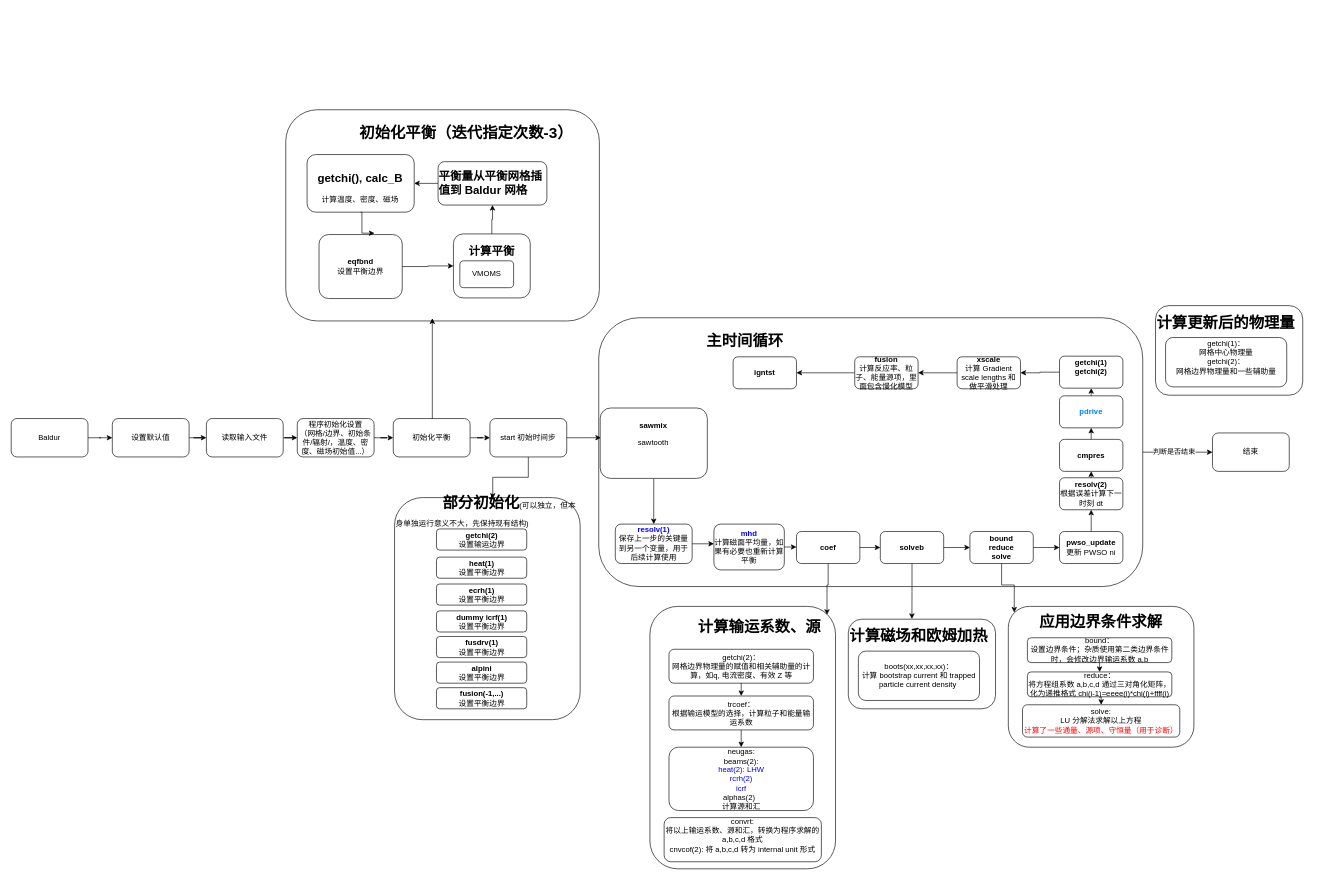
jiaxing-liu/flowchart keeps this draw.io diagram as page "050825" (7 of 8) of Baldur.drawio. Above is the earlier version. Source tidied: cells renumbered, new cells numbered last; positions are measured from the earlier drawing's top-left corner, leaving out a move shared by most shapes. Both pictures are drawn from the tidied source at 64%, with x=0, y=0 at pixel (11, 11).
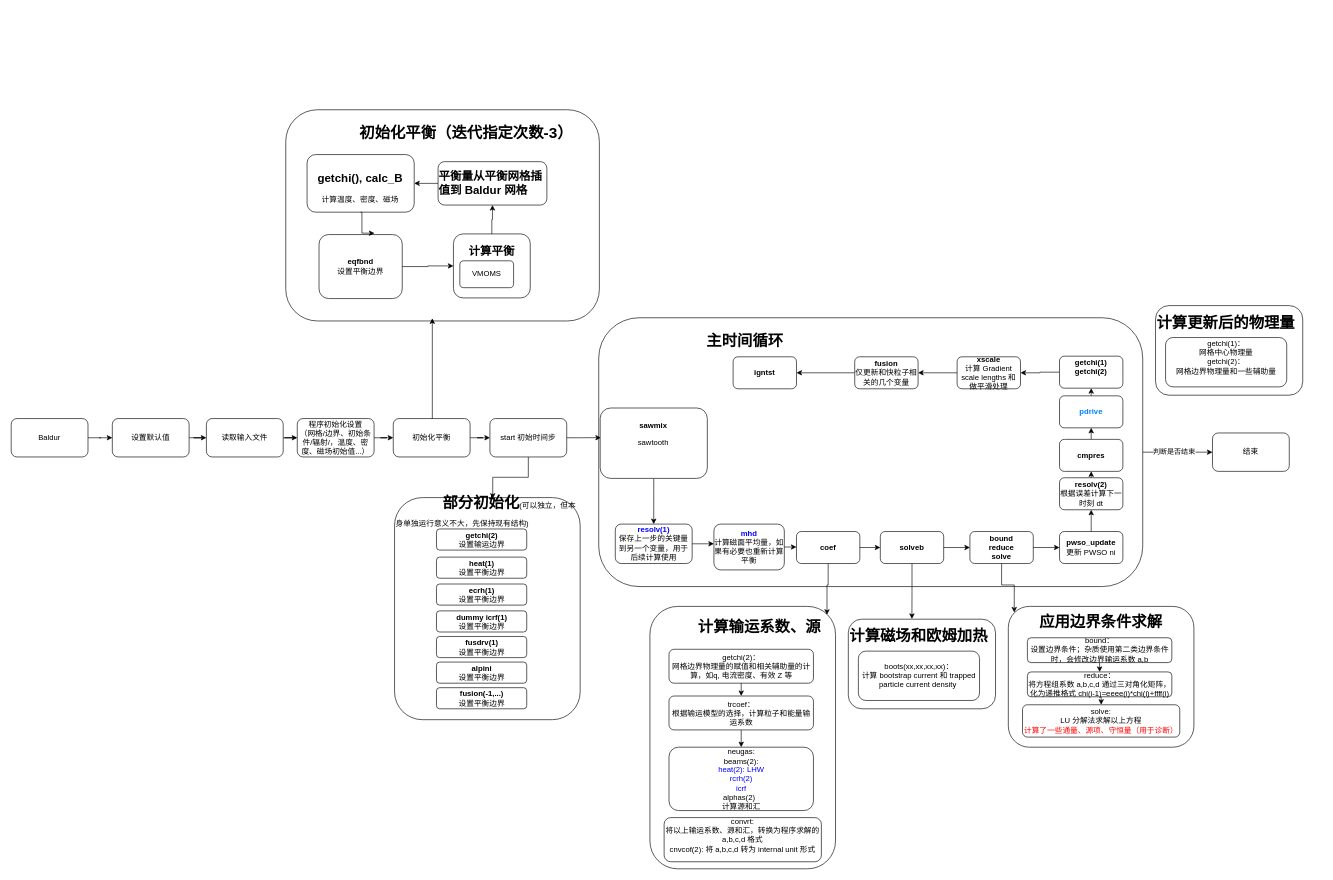
After the change.

The edit, as a diff of the source:
```diff
@@
-    <mxCell id="90" value="&lt;div&gt;&lt;b&gt;fusion&lt;/b&gt;&lt;/div&gt;&lt;div&gt;计算反应率、粒子、能量源项，里面包含慢化模型&lt;/div&gt;" style="rounded=1;whiteSpace=wrap;html=1;" parent="1" vertex="1">
+    <mxCell id="90" value="&lt;div&gt;&lt;b&gt;fusion&lt;/b&gt;&lt;/div&gt;&lt;div&gt;仅更新和快粒子相关的几个变量&lt;/div&gt;" style="rounded=1;whiteSpace=wrap;html=1;" parent="1" vertex="1">
       <mxGeometry x="1318" y="540" width="99" height="50" as="geometry" />
     </mxCell>
```
